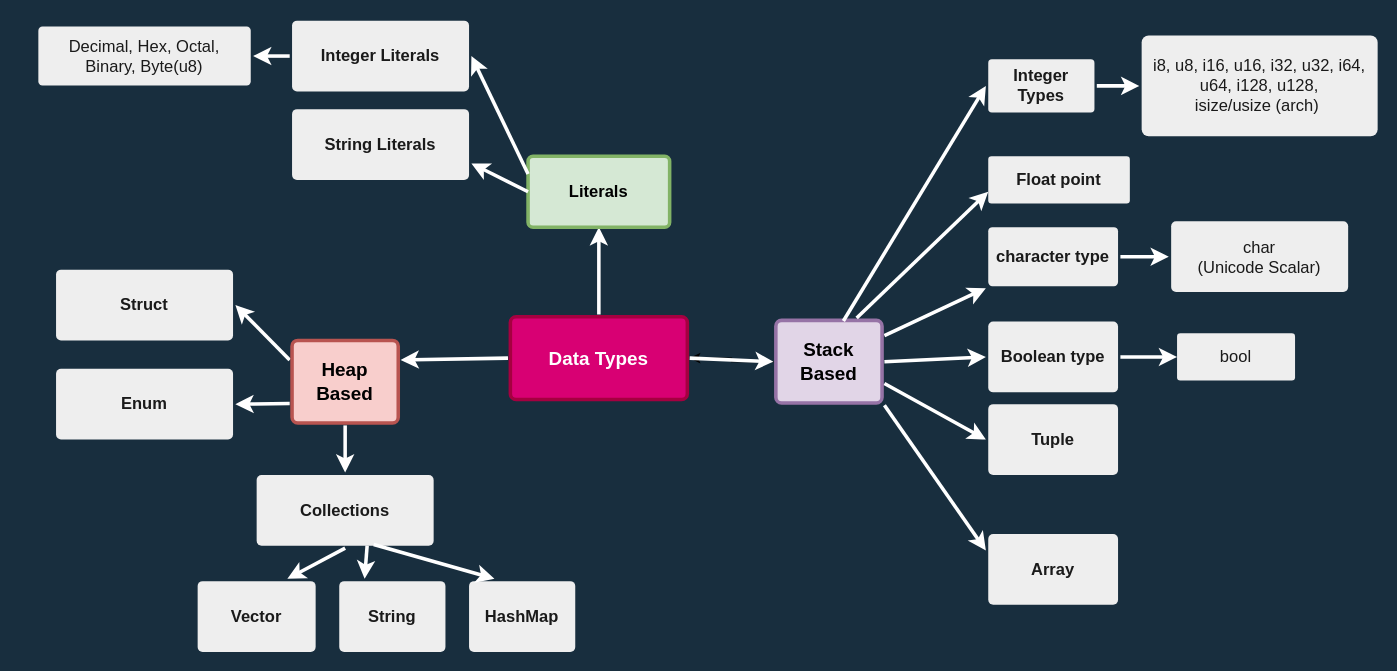
gftea/rust_lang_notes keeps this draw.io diagram as page "Data Types" (1 of 2) of datatypes.drawio. Above is the earlier version. Source tidied: cells renumbered, new cells numbered last; positions are measured from the earlier drawing's top-left corner, leaving out a move shared by most shapes. Both pictures are drawn from the tidied source at 118%, with x=0, y=0 at pixel (38, 20).
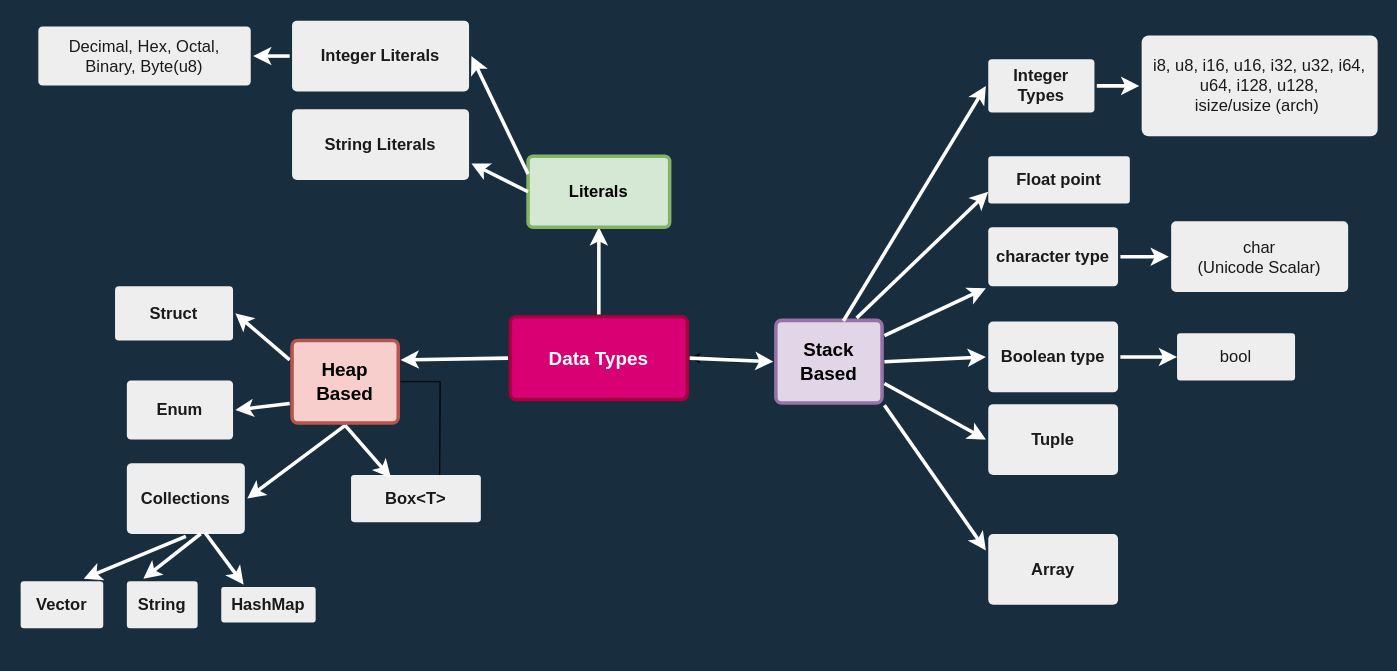
Above is the later version.

The change refers to these unchanged cells:
```xml
<mxCell id="30" value="Heap Based" style="rounded=1;whiteSpace=wrap;html=1;shadow=0;labelBackgroundColor=none;strokeColor=#b85450;strokeWidth=3;fillColor=#f8cecc;fontFamily=Helvetica;fontSize=16;align=center;fontStyle=1;spacing=5;arcSize=7;perimeterSpacing=2;" parent="1" vertex="1">
  <mxGeometry x="215" y="271" width="90" height="70" as="geometry" />
</mxCell>
```

What changed in the source:
```diff
@@
-    <mxCell id="4" style="edgeStyle=none;rounded=0;jumpStyle=none;html=1;shadow=0;labelBackgroundColor=none;startArrow=none;startFill=0;endArrow=classic;endFill=1;jettySize=auto;strokeColor=#FFFFFF;strokeWidth=3;fontFamily=Helvetica;fontSize=16;fontColor=#FFFFFF;spacing=5;exitX=0.5;exitY=1;exitDx=0;exitDy=0;" parent="1" edge="1" source="30" target="42">
+    <mxCell id="4" style="edgeStyle=none;rounded=0;jumpStyle=none;html=1;shadow=0;labelBackgroundColor=none;startArrow=none;startFill=0;endArrow=classic;endFill=1;jettySize=auto;strokeColor=#FFFFFF;strokeWidth=3;fontFamily=Helvetica;fontSize=16;fontColor=#FFFFFF;spacing=5;exitX=0.5;exitY=1;exitDx=0;exitDy=0;entryX=1;entryY=0.5;entryDx=0;entryDy=0;" parent="1" edge="1" source="30" target="42">
       <mxGeometry relative="1" as="geometry" />
     </mxCell>
@@
     <mxCell id="26" value="String" style="rounded=1;whiteSpace=wrap;html=1;shadow=0;labelBackgroundColor=none;strokeColor=none;strokeWidth=3;fillColor=#EEEEEE;fontFamily=Helvetica;fontSize=14;fontColor=#1A1A1A;align=center;spacing=5;fontStyle=1;arcSize=7;perimeterSpacing=2;" parent="1" vertex="1">
-      <mxGeometry x="255" y="475" width="90" height="60" as="geometry" />
+      <mxGeometry x="75" y="475" width="60" height="40" as="geometry" />
     </mxCell>
     <mxCell id="27" value="Struct" style="rounded=1;whiteSpace=wrap;html=1;shadow=0;labelBackgroundColor=none;strokeColor=none;strokeWidth=3;fillColor=#EEEEEE;fontFamily=Helvetica;fontSize=14;fontColor=#1A1A1A;align=center;spacing=5;fontStyle=1;arcSize=7;perimeterSpacing=2;" parent="1" vertex="1">
-      <mxGeometry x="15" y="211" width="150" height="60" as="geometry" />
+      <mxGeometry x="65" y="225" width="100" height="46" as="geometry" />
     </mxCell>
     <mxCell id="28" value="Enum" style="rounded=1;whiteSpace=wrap;html=1;shadow=0;labelBackgroundColor=none;strokeColor=none;strokeWidth=3;fillColor=#EEEEEE;fontFamily=Helvetica;fontSize=14;fontColor=#1A1A1A;align=center;spacing=5;fontStyle=1;arcSize=7;perimeterSpacing=2;" parent="1" vertex="1">
-      <mxGeometry x="15" y="295" width="150" height="60" as="geometry" />
+      <mxGeometry x="75" y="305" width="90" height="50" as="geometry" />
     </mxCell>
     <mxCell id="29" value="Vector" style="rounded=1;whiteSpace=wrap;html=1;shadow=0;labelBackgroundColor=none;strokeColor=none;strokeWidth=3;fillColor=#EEEEEE;fontFamily=Helvetica;fontSize=14;fontColor=#1A1A1A;align=center;spacing=5;fontStyle=1;arcSize=7;perimeterSpacing=2;" parent="1" vertex="1">
-      <mxGeometry x="135" y="475" width="100" height="60" as="geometry" />
+      <mxGeometry x="-15" y="475" width="70" height="40" as="geometry" />
     </mxCell>
+    <mxCell id="46" style="edgeStyle=orthogonalEdgeStyle;rounded=0;jettySize=auto;html=1;" parent="1" edge="1" source="30">
+      <mxGeometry relative="1" as="geometry">
+        <mxPoint x="340" y="405" as="targetPoint" />
+      </mxGeometry>
+    </mxCell>
@@
     <mxCell id="42" value="Collections" style="rounded=1;whiteSpace=wrap;html=1;shadow=0;labelBackgroundColor=none;strokeColor=none;strokeWidth=3;fillColor=#EEEEEE;fontFamily=Helvetica;fontSize=14;fontColor=#1A1A1A;align=center;spacing=5;fontStyle=1;arcSize=7;perimeterSpacing=2;" parent="1" vertex="1">
-      <mxGeometry x="185" y="385" width="150" height="60" as="geometry" />
+      <mxGeometry x="75" y="375" width="100" height="60" as="geometry" />
     </mxCell>
@@
     <mxCell id="44" value="HashMap" style="rounded=1;whiteSpace=wrap;html=1;shadow=0;labelBackgroundColor=none;strokeColor=none;strokeWidth=3;fillColor=#EEEEEE;fontFamily=Helvetica;fontSize=14;fontColor=#1A1A1A;align=center;spacing=5;fontStyle=1;arcSize=7;perimeterSpacing=2;" parent="1" vertex="1">
-      <mxGeometry x="365" y="475" width="90" height="60" as="geometry" />
+      <mxGeometry x="155" y="480" width="80" height="30" as="geometry" />
     </mxCell>
@@
+    <mxCell id="47" value="Box&amp;lt;T&amp;gt;" style="rounded=1;whiteSpace=wrap;html=1;shadow=0;labelBackgroundColor=none;strokeColor=none;strokeWidth=3;fillColor=#EEEEEE;fontFamily=Helvetica;fontSize=14;fontColor=#1A1A1A;align=center;spacing=5;fontStyle=1;arcSize=7;perimeterSpacing=2;" parent="1" vertex="1">
+      <mxGeometry x="265" y="385" width="110" height="40" as="geometry" />
+    </mxCell>
+    <mxCell id="48" style="edgeStyle=none;rounded=0;jumpStyle=none;html=1;shadow=0;labelBackgroundColor=none;startArrow=none;startFill=0;endArrow=classic;endFill=1;jettySize=auto;strokeColor=#FFFFFF;strokeWidth=3;fontFamily=Helvetica;fontSize=16;fontColor=#FFFFFF;spacing=5;exitX=0.5;exitY=1;exitDx=0;exitDy=0;entryX=0.314;entryY=0.103;entryDx=0;entryDy=0;entryPerimeter=0;" parent="1" edge="1" source="30" target="47">
+      <mxGeometry relative="1" as="geometry" />
+    </mxCell>
```
